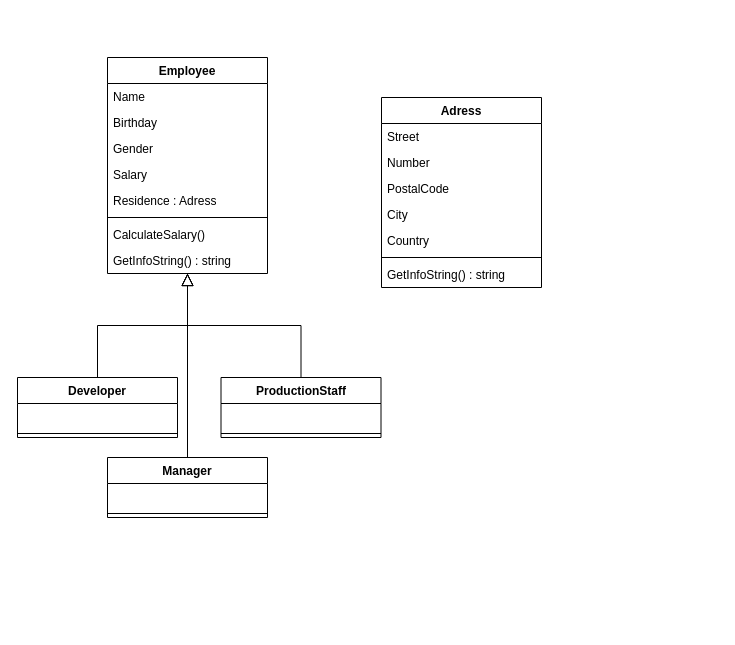
The draw.io diagram page "HR-Management-App" (5 of 6) of doc/Class-Diagram-Vehicle.drawio in atillakati/fit_omicron_atilla, before the edit. Source tidied: cells renumbered, new cells numbered last; positions are measured from the earlier drawing's top-left corner, leaving out a move shared by most shapes. Both pictures are drawn from the tidied source at 100%, with x=0, y=0 at pixel (17, 57).
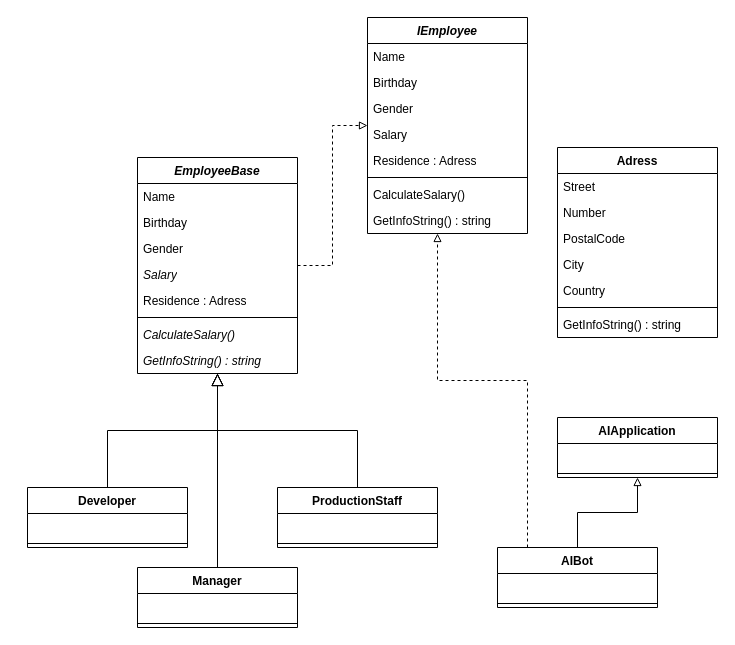
Above is the later version.

The edit, as a diff of the source:
```diff
@@
+    <mxCell id="31" style="edgeStyle=orthogonalEdgeStyle;rounded=0;jettySize=auto;html=1;dashed=1;endArrow=block;endFill=0;" parent="1" edge="1" source="2" target="32">
+      <mxGeometry relative="1" as="geometry" />
+    </mxCell>
-    <mxCell id="2" value="Employee" style="swimlane;fontStyle=1;align=center;verticalAlign=top;horizontal=1;startSize=26;whiteSpace=wrap;html=1;" parent="1" vertex="1">
-      <mxGeometry x="90" width="160" height="216" as="geometry" />
+    <mxCell id="2" value="EmployeeBase" style="swimlane;fontStyle=3;align=center;verticalAlign=top;horizontal=1;startSize=26;whiteSpace=wrap;html=1;" parent="1" vertex="1">
+      <mxGeometry x="120" y="100" width="160" height="216" as="geometry" />
     </mxCell>
@@
-    <mxCell id="6" value="Salary" style="text;strokeColor=none;fillColor=none;align=left;verticalAlign=top;spacingLeft=4;spacingRight=4;overflow=hidden;whiteSpace=wrap;html=1;" parent="2" vertex="1">
+    <mxCell id="6" value="Salary" style="text;strokeColor=none;fillColor=none;align=left;verticalAlign=top;spacingLeft=4;spacingRight=4;overflow=hidden;whiteSpace=wrap;html=1;fontStyle=2;" parent="2" vertex="1">
       <mxGeometry y="104" width="160" height="26" as="geometry" />
     </mxCell>
@@
-    <mxCell id="9" value="CalculateSalary()" style="text;strokeColor=none;fillColor=none;align=left;verticalAlign=top;spacingLeft=4;spacingRight=4;overflow=hidden;whiteSpace=wrap;html=1;" parent="2" vertex="1">
+    <mxCell id="9" value="CalculateSalary()" style="text;strokeColor=none;fillColor=none;align=left;verticalAlign=top;spacingLeft=4;spacingRight=4;overflow=hidden;whiteSpace=wrap;html=1;fontStyle=2;" parent="2" vertex="1">
       <mxGeometry y="164" width="160" height="26" as="geometry" />
     </mxCell>
-    <mxCell id="10" value="GetInfoString() : string" style="text;strokeColor=none;fillColor=none;align=left;verticalAlign=top;spacingLeft=4;spacingRight=4;overflow=hidden;whiteSpace=wrap;html=1;" parent="2" vertex="1">
+    <mxCell id="10" value="GetInfoString() : string" style="text;strokeColor=none;fillColor=none;align=left;verticalAlign=top;spacingLeft=4;spacingRight=4;overflow=hidden;whiteSpace=wrap;html=1;fontStyle=2;" parent="2" vertex="1">
       <mxGeometry y="190" width="160" height="26" as="geometry" />
     </mxCell>
     <mxCell id="11" value="Adress" style="swimlane;fontStyle=1;align=center;verticalAlign=top;horizontal=1;startSize=26;whiteSpace=wrap;html=1;" parent="1" vertex="1">
-      <mxGeometry x="364" y="40" width="160" height="190" as="geometry" />
+      <mxGeometry x="540" y="90" width="160" height="190" as="geometry" />
     </mxCell>
@@
     <mxCell id="20" value="Developer" style="swimlane;fontStyle=1;align=center;verticalAlign=top;horizontal=1;startSize=26;whiteSpace=wrap;html=1;" parent="1" vertex="1">
-      <mxGeometry y="320" width="160" height="60" as="geometry" />
+      <mxGeometry x="10" y="430" width="160" height="60" as="geometry" />
     </mxCell>
@@
     <mxCell id="24" value="Manager" style="swimlane;fontStyle=1;align=center;verticalAlign=top;horizontal=1;startSize=26;whiteSpace=wrap;html=1;" parent="1" vertex="1">
-      <mxGeometry x="90" y="400" width="160" height="60" as="geometry" />
+      <mxGeometry x="120" y="510" width="160" height="60" as="geometry" />
     </mxCell>
@@
     <mxCell id="28" value="ProductionStaff" style="swimlane;fontStyle=1;align=center;verticalAlign=top;horizontal=1;startSize=26;whiteSpace=wrap;html=1;" parent="1" vertex="1">
-      <mxGeometry x="203.5" y="320" width="160" height="60" as="geometry" />
+      <mxGeometry x="260" y="430" width="160" height="60" as="geometry" />
     </mxCell>
@@
+    <mxCell id="32" value="IEmployee" style="swimlane;fontStyle=3;align=center;verticalAlign=top;horizontal=1;startSize=26;whiteSpace=wrap;html=1;" parent="1" vertex="1">
+      <mxGeometry x="350" y="-40" width="160" height="216" as="geometry" />
+    </mxCell>
+    <mxCell id="33" value="Name" style="text;strokeColor=none;fillColor=none;align=left;verticalAlign=top;spacingLeft=4;spacingRight=4;overflow=hidden;whiteSpace=wrap;html=1;" parent="32" vertex="1">
+      <mxGeometry y="26" width="160" height="26" as="geometry" />
+    </mxCell>
+    <mxCell id="34" value="Birthday" style="text;strokeColor=none;fillColor=none;align=left;verticalAlign=top;spacingLeft=4;spacingRight=4;overflow=hidden;whiteSpace=wrap;html=1;" parent="32" vertex="1">
+      <mxGeometry y="52" width="160" height="26" as="geometry" />
+    </mxCell>
+    <mxCell id="35" value="Gender" style="text;strokeColor=none;fillColor=none;align=left;verticalAlign=top;spacingLeft=4;spacingRight=4;overflow=hidden;whiteSpace=wrap;html=1;" parent="32" vertex="1">
+      <mxGeometry y="78" width="160" height="26" as="geometry" />
+    </mxCell>
+    <mxCell id="36" value="Salary" style="text;strokeColor=none;fillColor=none;align=left;verticalAlign=top;spacingLeft=4;spacingRight=4;overflow=hidden;whiteSpace=wrap;html=1;" parent="32" vertex="1">
+      <mxGeometry y="104" width="160" height="26" as="geometry" />
+    </mxCell>
+    <mxCell id="37" value="Residence : Adress" style="text;strokeColor=none;fillColor=none;align=left;verticalAlign=top;spacingLeft=4;spacingRight=4;overflow=hidden;whiteSpace=wrap;html=1;" parent="32" vertex="1">
+      <mxGeometry y="130" width="160" height="26" as="geometry" />
+    </mxCell>
+    <mxCell id="38" style="line;strokeWidth=1;fillColor=none;align=left;verticalAlign=middle;spacingTop=-1;spacingLeft=3;spacingRight=3;labelPosition=right;strokeColor=inherit;" parent="32" vertex="1">
+      <mxGeometry y="156" width="160" height="8" as="geometry" />
+    </mxCell>
+    <mxCell id="39" value="CalculateSalary()" style="text;strokeColor=none;fillColor=none;align=left;verticalAlign=top;spacingLeft=4;spacingRight=4;overflow=hidden;whiteSpace=wrap;html=1;" parent="32" vertex="1">
+      <mxGeometry y="164" width="160" height="26" as="geometry" />
+    </mxCell>
+    <mxCell id="40" value="GetInfoString() : string" style="text;strokeColor=none;fillColor=none;align=left;verticalAlign=top;spacingLeft=4;spacingRight=4;overflow=hidden;whiteSpace=wrap;html=1;" parent="32" vertex="1">
+      <mxGeometry y="190" width="160" height="26" as="geometry" />
+    </mxCell>
+    <mxCell id="41" style="edgeStyle=orthogonalEdgeStyle;rounded=0;jettySize=auto;html=1;endArrow=block;endFill=0;" parent="1" edge="1" source="43" target="46">
+      <mxGeometry relative="1" as="geometry" />
+    </mxCell>
+    <mxCell id="42" style="edgeStyle=orthogonalEdgeStyle;rounded=0;jettySize=auto;html=1;dashed=1;endArrow=block;endFill=0;" parent="1" edge="1" source="43" target="32">
+      <mxGeometry relative="1" as="geometry">
+        <Array as="points">
+          <mxPoint x="510" y="323" />
+          <mxPoint x="420" y="323" />
+        </Array>
+      </mxGeometry>
+    </mxCell>
+    <mxCell id="43" value="AIBot" style="swimlane;fontStyle=1;align=center;verticalAlign=top;horizontal=1;startSize=26;whiteSpace=wrap;html=1;" parent="1" vertex="1">
+      <mxGeometry x="480" y="490" width="160" height="60" as="geometry" />
+    </mxCell>
+    <mxCell id="44" value="&amp;nbsp;" style="text;strokeColor=none;fillColor=none;align=left;verticalAlign=top;spacingLeft=4;spacingRight=4;overflow=hidden;whiteSpace=wrap;html=1;" parent="43" vertex="1">
+      <mxGeometry y="26" width="160" height="26" as="geometry" />
+    </mxCell>
+    <mxCell id="45" style="line;strokeWidth=1;fillColor=none;align=left;verticalAlign=middle;spacingTop=-1;spacingLeft=3;spacingRight=3;labelPosition=right;strokeColor=inherit;" parent="43" vertex="1">
+      <mxGeometry y="52" width="160" height="8" as="geometry" />
+    </mxCell>
+    <mxCell id="46" value="AIApplication" style="swimlane;fontStyle=1;align=center;verticalAlign=top;horizontal=1;startSize=26;whiteSpace=wrap;html=1;" parent="1" vertex="1">
+      <mxGeometry x="540" y="360" width="160" height="60" as="geometry" />
+    </mxCell>
+    <mxCell id="47" value="&amp;nbsp;" style="text;strokeColor=none;fillColor=none;align=left;verticalAlign=top;spacingLeft=4;spacingRight=4;overflow=hidden;whiteSpace=wrap;html=1;" parent="46" vertex="1">
+      <mxGeometry y="26" width="160" height="26" as="geometry" />
+    </mxCell>
+    <mxCell id="48" style="line;strokeWidth=1;fillColor=none;align=left;verticalAlign=middle;spacingTop=-1;spacingLeft=3;spacingRight=3;labelPosition=right;strokeColor=inherit;" parent="46" vertex="1">
+      <mxGeometry y="52" width="160" height="8" as="geometry" />
+    </mxCell>
```
